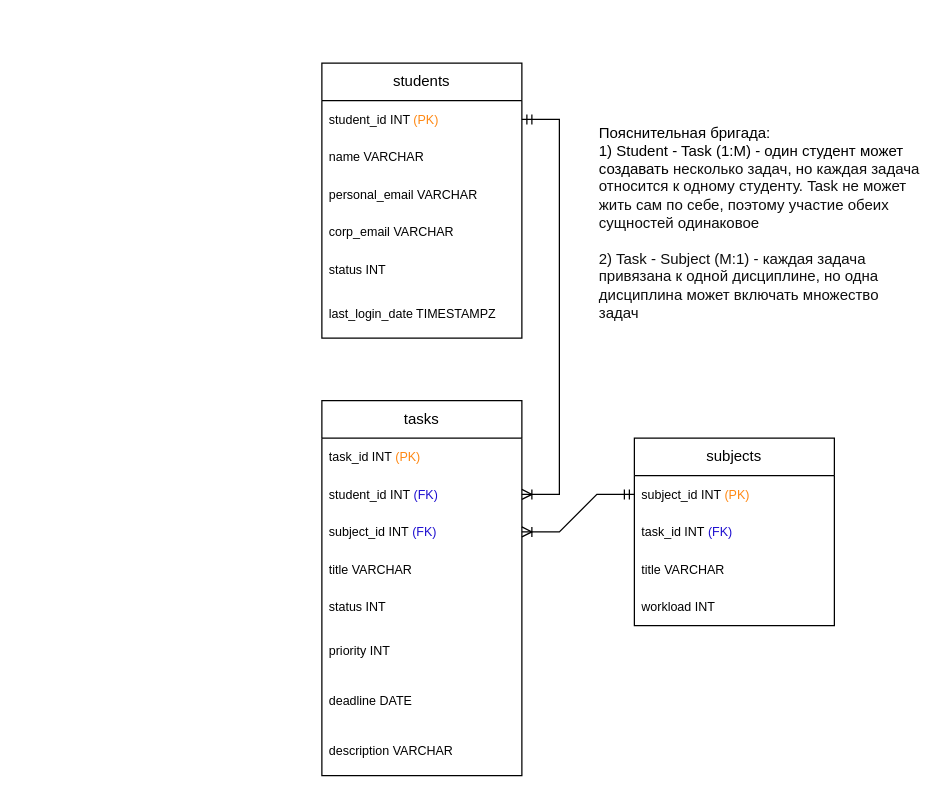
abdullahproff/BSA21_1 keeps this draw.io diagram as Novgorodov_Timofey/ex07_ERD/ex07_ERD.drawio. Above is the earlier version. Source tidied: cells renumbered, new cells numbered last; positions are measured from the earlier drawing's top-left corner, leaving out a move shared by most shapes. Both pictures are drawn from the tidied source at 125%, with x=0, y=0 at pixel (321, 62).
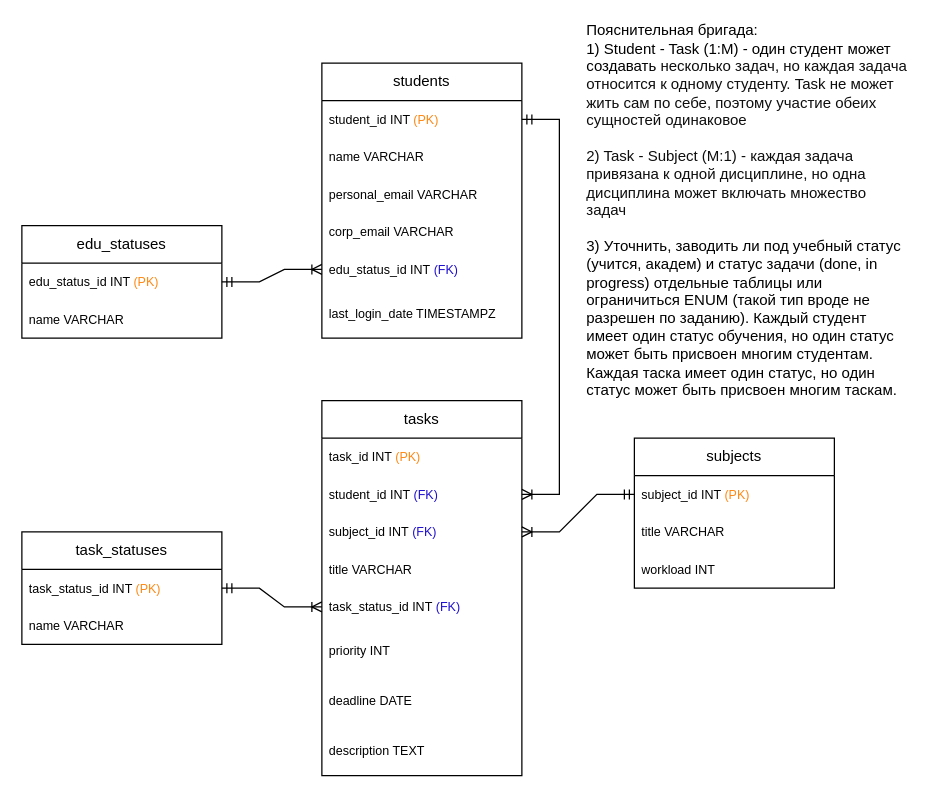
The same page after the edit.

Unchanged cells that the change refers to:
```xml
<mxCell id="2" value="students" style="swimlane;fontStyle=0;horizontal=1;startSize=30;whiteSpace=wrap;html=1;backgroundOutline=0;" parent="1" vertex="1">
  <mxGeometry width="160" height="220" as="geometry" />
</mxCell>
<mxCell id="9" value="tasks" style="swimlane;fontStyle=0;horizontal=1;startSize=30;whiteSpace=wrap;html=1;backgroundOutline=0;" parent="1" vertex="1">
  <mxGeometry y="270" width="160" height="300" as="geometry" />
</mxCell>
```

Diff of the diagram source:
```diff
@@
-    <mxCell id="7" value="&lt;font style=&quot;font-size: 10px;&quot;&gt;status INT&lt;/font&gt;" style="text;strokeColor=none;fillColor=none;align=left;verticalAlign=middle;spacingLeft=4;spacingRight=4;overflow=hidden;points=[[0,0.5],[1,0.5]];portConstraint=eastwest;whiteSpace=wrap;html=1;" parent="2" vertex="1">
+    <mxCell id="7" value="&lt;font style=&quot;font-size: 10px;&quot;&gt;edu_status_id INT&amp;nbsp;&lt;/font&gt;&lt;span style=&quot;color: rgb(30, 15, 208); font-size: 10px;&quot;&gt;(FK)&lt;/span&gt;" style="text;strokeColor=none;fillColor=none;align=left;verticalAlign=middle;spacingLeft=4;spacingRight=4;overflow=hidden;points=[[0,0.5],[1,0.5]];portConstraint=eastwest;whiteSpace=wrap;html=1;" parent="2" vertex="1">
       <mxGeometry y="150" width="160" height="30" as="geometry" />
     </mxCell>
@@
-    <mxCell id="14" value="&lt;font style=&quot;font-size: 10px;&quot;&gt;status INT&lt;/font&gt;" style="text;strokeColor=none;fillColor=none;align=left;verticalAlign=middle;spacingLeft=4;spacingRight=4;overflow=hidden;points=[[0,0.5],[1,0.5]];portConstraint=eastwest;whiteSpace=wrap;html=1;" parent="9" vertex="1">
+    <mxCell id="14" value="&lt;font style=&quot;font-size: 10px;&quot;&gt;task_status_id INT&amp;nbsp;&lt;/font&gt;&lt;span style=&quot;color: rgb(30, 15, 208); font-size: 10px;&quot;&gt;(FK)&lt;/span&gt;" style="text;strokeColor=none;fillColor=none;align=left;verticalAlign=middle;spacingLeft=4;spacingRight=4;overflow=hidden;points=[[0,0.5],[1,0.5]];portConstraint=eastwest;whiteSpace=wrap;html=1;" parent="9" vertex="1">
       <mxGeometry y="150" width="160" height="30" as="geometry" />
     </mxCell>
@@
-    <mxCell id="17" value="description VARCHAR" style="text;strokeColor=none;fillColor=none;align=left;verticalAlign=middle;spacingLeft=4;spacingRight=4;overflow=hidden;whiteSpace=wrap;html=1;fontSize=10;" parent="9" vertex="1">
+    <mxCell id="17" value="description TEXT" style="text;strokeColor=none;fillColor=none;align=left;verticalAlign=middle;spacingLeft=4;spacingRight=4;overflow=hidden;whiteSpace=wrap;html=1;fontSize=10;" parent="9" vertex="1">
       <mxGeometry y="260" width="160" height="40" as="geometry" />
     </mxCell>
     <mxCell id="18" value="subjects" style="swimlane;fontStyle=0;horizontal=1;startSize=30;whiteSpace=wrap;html=1;backgroundOutline=0;" parent="1" vertex="1">
-      <mxGeometry x="250" y="300" width="160" height="150" as="geometry" />
+      <mxGeometry x="250" y="300" width="160" height="120" as="geometry" />
     </mxCell>
@@
-    <mxCell id="20" value="task_id INT&amp;nbsp;&lt;font color=&quot;#1e0fd0&quot;&gt;(FK)&lt;/font&gt;" style="text;strokeColor=none;fillColor=none;align=left;verticalAlign=middle;spacingLeft=4;spacingRight=4;overflow=hidden;whiteSpace=wrap;html=1;fontSize=10;" parent="18" vertex="1">
-      <mxGeometry y="60" width="160" height="30" as="geometry" />
-    </mxCell>
     <mxCell id="21" value="title VARCHAR" style="text;strokeColor=none;fillColor=none;align=left;verticalAlign=middle;spacingLeft=4;spacingRight=4;overflow=hidden;whiteSpace=wrap;html=1;fontSize=10;" parent="18" vertex="1">
-      <mxGeometry y="90" width="160" height="30" as="geometry" />
+      <mxGeometry y="60" width="160" height="30" as="geometry" />
     </mxCell>
     <mxCell id="22" value="&lt;font style=&quot;font-size: 10px;&quot;&gt;workload INT&lt;/font&gt;" style="text;strokeColor=none;fillColor=none;align=left;verticalAlign=middle;spacingLeft=4;spacingRight=4;overflow=hidden;whiteSpace=wrap;html=1;" parent="18" vertex="1">
-      <mxGeometry y="120" width="160" height="30" as="geometry" />
+      <mxGeometry y="90" width="160" height="30" as="geometry" />
     </mxCell>
@@
-    <mxCell id="24" value="&lt;font style=&quot;&quot; face=&quot;Helvetica&quot;&gt;Пояснительная бригада:&lt;br&gt;1) Student - Task (1:M) - один студент может создавать&amp;nbsp;&lt;span style=&quot;background-color: initial;&quot;&gt;&lt;font color=&quot;#0e0e0e&quot;&gt;несколько задач, но каждая задача относится к одному студенту. Task не может жить сам по себе, поэтому участие обеих сущностей одинаковое&lt;/font&gt;&lt;br&gt;&lt;br&gt;&lt;font color=&quot;#0e0e0e&quot;&gt;2) Task - Subject (M:1) - каждая задача привязана к одной дисциплине, но одна дисциплина может включать множество задач&lt;/font&gt;&lt;br&gt;&lt;/span&gt;&lt;/font&gt;&lt;div style=&quot;&quot;&gt;&lt;br&gt;&lt;/div&gt;" style="text;html=1;align=left;verticalAlign=middle;whiteSpace=wrap;rounded=0;" parent="1" vertex="1">
-      <mxGeometry x="220" y="20" width="260" height="230" as="geometry" />
+    <mxCell id="24" value="&lt;font style=&quot;&quot; face=&quot;Helvetica&quot;&gt;Пояснительная бригада:&lt;br&gt;1) Student - Task (1:M) - один студент может создавать&amp;nbsp;&lt;span style=&quot;background-color: initial;&quot;&gt;&lt;font color=&quot;#0e0e0e&quot;&gt;несколько задач, но каждая задача относится к одному студенту. Task не может жить сам по себе, поэтому участие обеих сущностей одинаковое&lt;/font&gt;&lt;br&gt;&lt;br&gt;&lt;font color=&quot;#0e0e0e&quot;&gt;2) Task - Subject (M:1) - каждая задача привязана к одной дисциплине, но одна дисциплина может включать множество задач&lt;br&gt;&lt;/font&gt;&lt;br&gt;3) Уточнить, заводить ли под учебный статус (учится, академ) и статус задачи (done, in progress) отдельные таблицы или ограничиться ENUM (такой тип вроде не разрешен по заданию). Каждый студент имеет один статус обучения, но один статус может быть присвоен многим студентам. Каждая таска имеет один статус, но один статус может быть присвоен многим таскам.&lt;br&gt;&lt;/span&gt;&lt;/font&gt;&lt;div style=&quot;&quot;&gt;&lt;br&gt;&lt;/div&gt;" style="text;html=1;align=left;verticalAlign=middle;whiteSpace=wrap;rounded=0;" parent="1" vertex="1">
+      <mxGeometry x="210" y="-30" width="260" height="310" as="geometry" />
     </mxCell>
@@
+    <mxCell id="26" value="edu_statuses" style="swimlane;fontStyle=0;horizontal=1;startSize=30;whiteSpace=wrap;html=1;backgroundOutline=0;" parent="1" vertex="1">
+      <mxGeometry x="-240" y="130" width="160" height="90" as="geometry" />
+    </mxCell>
+    <mxCell id="27" value="edu_status_id INT &lt;font style=&quot;font-size: 10px;&quot; color=&quot;#ff8813&quot;&gt;(PK)&lt;/font&gt;" style="text;strokeColor=none;fillColor=none;align=left;verticalAlign=middle;spacingLeft=4;spacingRight=4;overflow=hidden;points=[[0,0.5],[1,0.5]];portConstraint=eastwest;whiteSpace=wrap;html=1;fontSize=10;" parent="26" vertex="1">
+      <mxGeometry y="30" width="160" height="30" as="geometry" />
+    </mxCell>
+    <mxCell id="28" value="name VARCHAR" style="text;strokeColor=none;fillColor=none;align=left;verticalAlign=middle;spacingLeft=4;spacingRight=4;overflow=hidden;whiteSpace=wrap;html=1;fontSize=10;" parent="26" vertex="1">
+      <mxGeometry y="60" width="160" height="30" as="geometry" />
+    </mxCell>
+    <mxCell id="29" value="task_statuses" style="swimlane;fontStyle=0;horizontal=1;startSize=30;whiteSpace=wrap;html=1;backgroundOutline=0;" parent="1" vertex="1">
+      <mxGeometry x="-240" y="375" width="160" height="90" as="geometry" />
+    </mxCell>
+    <mxCell id="30" value="task_status_id INT &lt;font style=&quot;font-size: 10px;&quot; color=&quot;#ff8813&quot;&gt;(PK)&lt;/font&gt;" style="text;strokeColor=none;fillColor=none;align=left;verticalAlign=middle;spacingLeft=4;spacingRight=4;overflow=hidden;points=[[0,0.5],[1,0.5]];portConstraint=eastwest;whiteSpace=wrap;html=1;fontSize=10;" parent="29" vertex="1">
+      <mxGeometry y="30" width="160" height="30" as="geometry" />
+    </mxCell>
+    <mxCell id="31" value="name VARCHAR" style="text;strokeColor=none;fillColor=none;align=left;verticalAlign=middle;spacingLeft=4;spacingRight=4;overflow=hidden;whiteSpace=wrap;html=1;fontSize=10;" parent="29" vertex="1">
+      <mxGeometry y="60" width="160" height="30" as="geometry" />
+    </mxCell>
+    <mxCell id="32" style="edgeStyle=entityRelationEdgeStyle;fontSize=12;html=1;endArrow=ERoneToMany;startArrow=ERmandOne;rounded=0;exitX=1;exitY=0.5;exitDx=0;exitDy=0;" parent="1" edge="1" source="27" target="7">
+      <mxGeometry relative="1" as="geometry" />
+    </mxCell>
+    <mxCell id="33" style="edgeStyle=entityRelationEdgeStyle;fontSize=12;html=1;endArrow=ERoneToMany;startArrow=ERmandOne;rounded=0;entryX=0;entryY=0.5;entryDx=0;entryDy=0;" parent="1" edge="1" source="30" target="14">
+      <mxGeometry relative="1" as="geometry" />
+    </mxCell>
```
